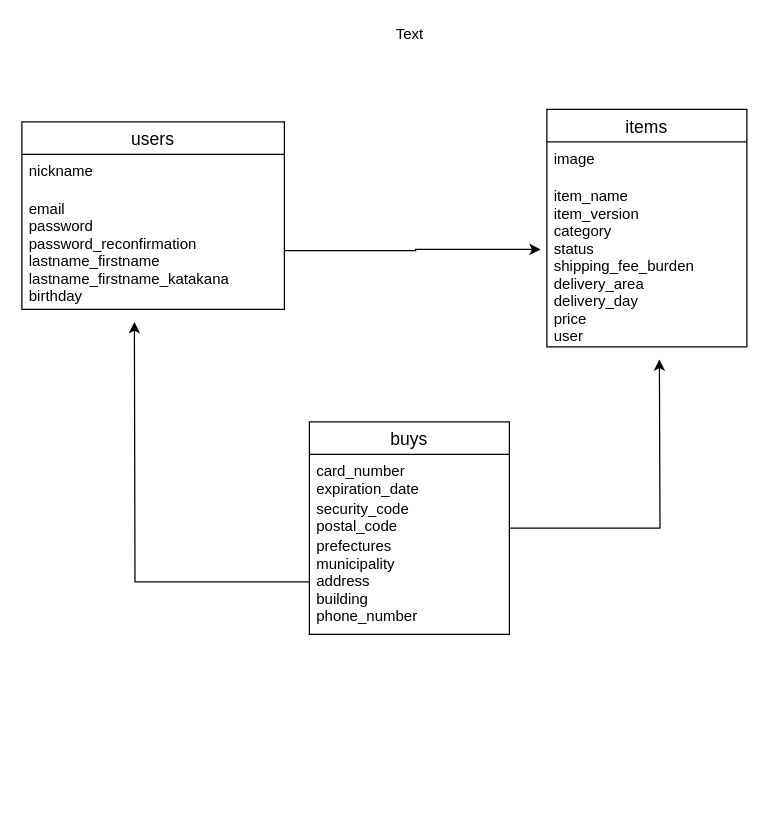
The draw.io diagram furima.dio in yukiukisato/furima-34777, before the edit. Source tidied: cells renumbered, new cells numbered last; positions are measured from the earlier drawing's top-left corner, leaving out a move shared by most shapes. Both pictures are drawn from the tidied source at 125%, with x=0, y=0 at pixel (21, 21).
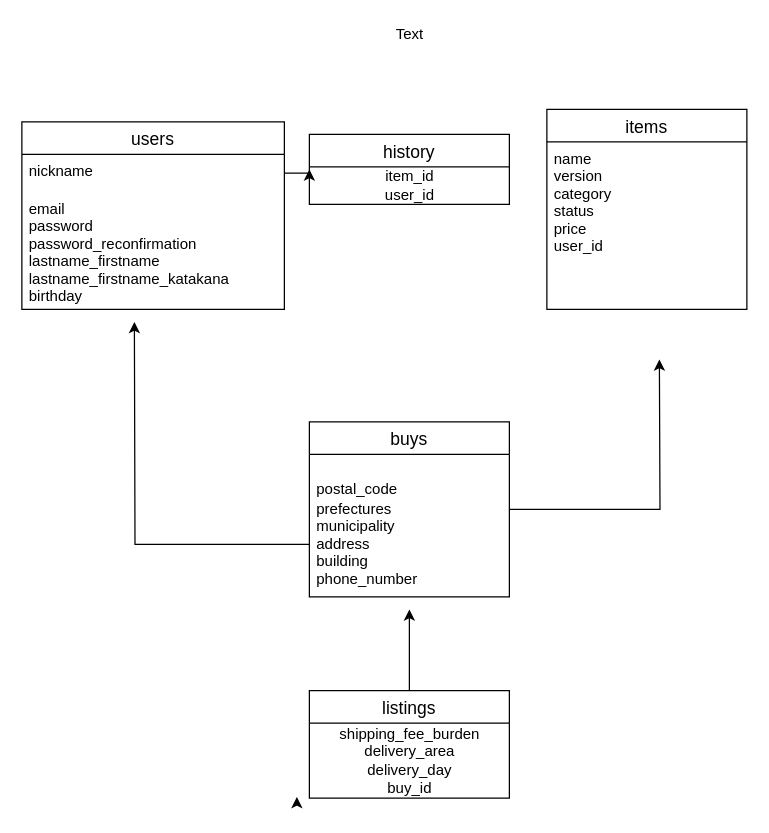
The same page after the edit.

The change refers to these unchanged cells:
```xml
<mxCell id="3" value="nickname" style="text;strokeColor=none;fillColor=none;spacingLeft=4;spacingRight=4;overflow=hidden;points=[[0,0.5],[1,0.5]];portConstraint=eastwest;fontSize=12;" parent="2" vertex="1">
  <mxGeometry y="26" width="210" height="30" as="geometry" />
</mxCell>
<mxCell id="4" value="email&#10;password&#10;password_reconfirmation&#10;lastname_firstname&#10;lastname_firstname_katakana&#10;birthday" style="text;strokeColor=none;fillColor=none;spacingLeft=4;spacingRight=4;overflow=hidden;points=[[0,0.5],[1,0.5]];portConstraint=eastwest;fontSize=12;" parent="2" vertex="1">
  <mxGeometry y="56" width="210" height="94" as="geometry" />
</mxCell>
```

The edit, as a diff of the source:
```diff
@@
     <mxCell id="5" value="items" style="swimlane;fontStyle=0;horizontal=1;startSize=26;align=center;fontSize=14;" parent="1" vertex="1">
-      <mxGeometry x="420" y="70" width="160" height="190" as="geometry" />
+      <mxGeometry x="420" y="70" width="160" height="160" as="geometry" />
     </mxCell>
-    <mxCell id="6" value="image" style="text;strokeColor=none;fillColor=none;spacingLeft=4;spacingRight=4;overflow=hidden;fontSize=12;" parent="5" vertex="1">
-      <mxGeometry y="26" width="160" height="30" as="geometry" />
-    </mxCell>
-    <mxCell id="7" value="item_name&#10;item_version&#10;category&#10;status&#10;shipping_fee_burden&#10;delivery_area&#10;delivery_day&#10;price&#10;user" style="text;strokeColor=none;fillColor=none;spacingLeft=4;spacingRight=4;overflow=hidden;points=[[0,0.5],[1,0.5]];portConstraint=eastwest;fontSize=12;" parent="5" vertex="1">
-      <mxGeometry y="56" width="160" height="134" as="geometry" />
+    <mxCell id="7" value="name&#10;version&#10;category&#10;status&#10;price&#10;user_id" style="text;strokeColor=none;fillColor=none;spacingLeft=4;spacingRight=4;overflow=hidden;points=[[0,0.5],[1,0.5]];portConstraint=eastwest;fontSize=12;" parent="5" vertex="1">
+      <mxGeometry y="26" width="160" height="134" as="geometry" />
     </mxCell>
@@
     <mxCell id="9" value="buys" style="swimlane;fontStyle=0;horizontal=1;startSize=26;align=center;fontSize=14;" parent="1" vertex="1">
-      <mxGeometry x="230" y="320" width="160" height="170" as="geometry" />
+      <mxGeometry x="230" y="320" width="160" height="140" as="geometry" />
     </mxCell>
-    <mxCell id="10" value="card_number&#10;expiration_date" style="text;strokeColor=none;fillColor=none;spacingLeft=4;spacingRight=4;overflow=hidden;fontSize=12;" parent="9" vertex="1">
-      <mxGeometry y="26" width="160" height="30" as="geometry" />
-    </mxCell>
-    <mxCell id="11" value="security_code&#10;postal_code&#10;" style="text;strokeColor=none;fillColor=none;spacingLeft=4;spacingRight=4;overflow=hidden;fontSize=12;" parent="9" vertex="1">
-      <mxGeometry y="56" width="160" height="30" as="geometry" />
+    <mxCell id="11" value="&#10;postal_code&#10;" style="text;strokeColor=none;fillColor=none;spacingLeft=4;spacingRight=4;overflow=hidden;fontSize=12;" parent="9" vertex="1">
+      <mxGeometry y="26" width="160" height="30" as="geometry" />
     </mxCell>
     <mxCell id="12" value="prefectures&#10;municipality&#10;address&#10;building&#10;phone_number" style="text;strokeColor=none;fillColor=none;spacingLeft=4;spacingRight=4;overflow=hidden;points=[[0,0.5],[1,0.5]];portConstraint=eastwest;fontSize=12;" parent="9" vertex="1">
-      <mxGeometry y="86" width="160" height="84" as="geometry" />
+      <mxGeometry y="56" width="160" height="84" as="geometry" />
     </mxCell>
@@
-    <mxCell id="14" style="edgeStyle=orthogonalEdgeStyle;rounded=0;jettySize=auto;html=1;entryX=-0.031;entryY=0.418;entryDx=0;entryDy=0;entryPerimeter=0;" parent="1" edge="1" source="4" target="7">
-      <mxGeometry relative="1" as="geometry" />
-    </mxCell>
@@
+    <mxCell id="16" value="history" style="swimlane;fontStyle=0;horizontal=1;startSize=26;align=center;fontSize=14;" parent="1" vertex="1">
+      <mxGeometry x="230" y="90" width="160" height="56" as="geometry" />
+    </mxCell>
+    <mxCell id="17" style="edgeStyle=orthogonalEdgeStyle;rounded=0;orthogonalLoop=1;jettySize=auto;html=1;" parent="1" edge="1">
+      <mxGeometry relative="1" as="geometry">
+        <mxPoint x="220" y="623" as="sourcePoint" />
+        <mxPoint x="220" y="620" as="targetPoint" />
+      </mxGeometry>
+    </mxCell>
+    <mxCell id="18" value="item_id&lt;br&gt;user_id" style="text;html=1;align=center;verticalAlign=middle;" parent="1" vertex="1">
+      <mxGeometry x="285" y="116" width="50" height="30" as="geometry" />
+    </mxCell>
+    <mxCell id="19" style="edgeStyle=orthogonalEdgeStyle;rounded=0;jettySize=auto;html=1;" parent="1" edge="1" source="20">
+      <mxGeometry relative="1" as="geometry">
+        <mxPoint x="310" y="470" as="targetPoint" />
+      </mxGeometry>
+    </mxCell>
+    <mxCell id="20" value="listings" style="swimlane;fontStyle=0;horizontal=1;startSize=26;align=center;fontSize=14;" parent="1" vertex="1">
+      <mxGeometry x="230" y="535" width="160" height="86" as="geometry" />
+    </mxCell>
+    <mxCell id="21" value="&lt;span style=&quot;text-align: left&quot;&gt;shipping_fee_burden&lt;/span&gt;&lt;br style=&quot;padding: 0px ; margin: 0px ; text-align: left&quot;&gt;&lt;span style=&quot;text-align: left&quot;&gt;delivery_area&lt;br&gt;delivery_day&lt;br&gt;buy_id&lt;br&gt;&lt;/span&gt;" style="text;html=1;align=center;verticalAlign=middle;" parent="20" vertex="1">
+      <mxGeometry y="26" width="160" height="60" as="geometry" />
+    </mxCell>
+    <mxCell id="22" style="edgeStyle=orthogonalEdgeStyle;rounded=0;orthogonalLoop=1;jettySize=auto;html=1;exitX=0;exitY=0.5;exitDx=0;exitDy=0;" parent="1" edge="1">
+      <mxGeometry relative="1" as="geometry">
+        <mxPoint x="400" y="111" as="targetPoint" />
+      </mxGeometry>
+    </mxCell>
+    <mxCell id="23" style="edgeStyle=orthogonalEdgeStyle;rounded=0;jettySize=auto;html=1;exitX=1;exitY=0.5;exitDx=0;exitDy=0;entryX=0;entryY=0.5;entryDx=0;entryDy=0;" parent="1" edge="1" source="3" target="16">
+      <mxGeometry relative="1" as="geometry" />
+    </mxCell>
```
